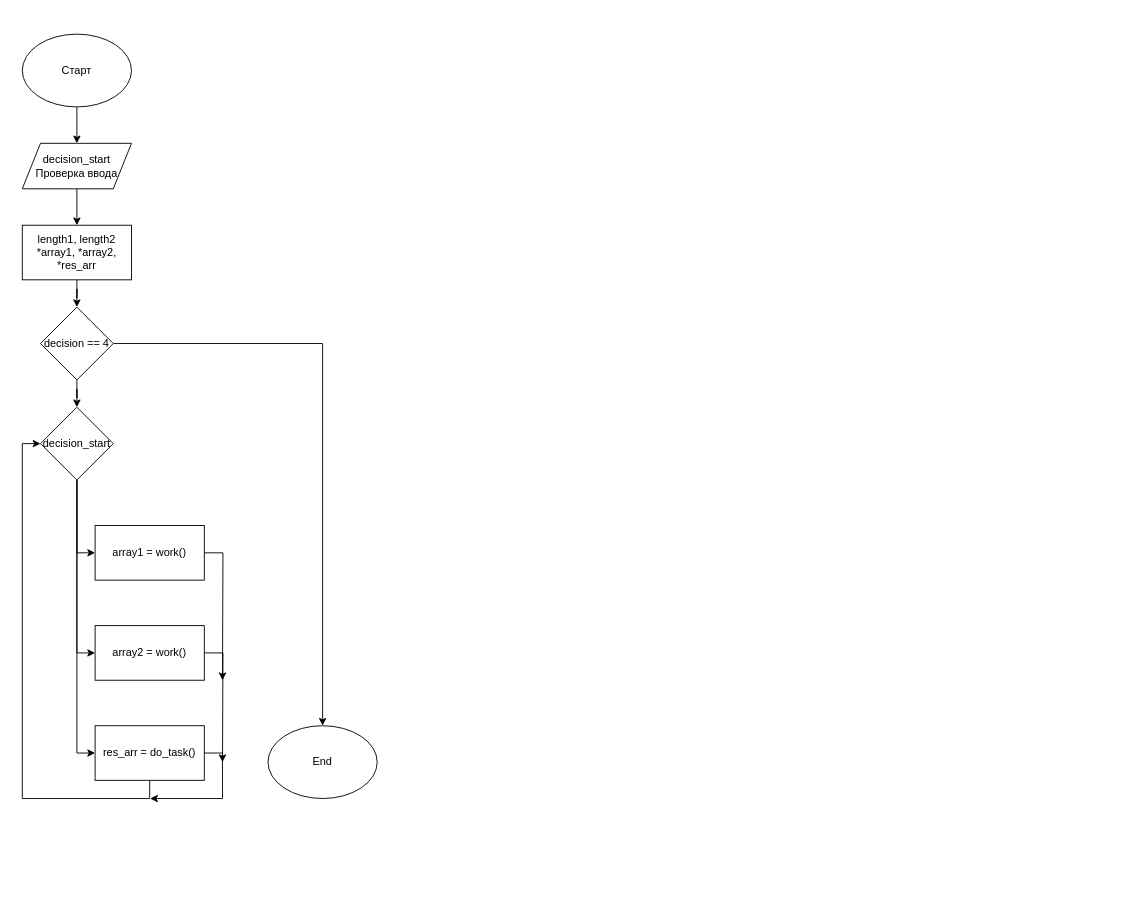
The draw.io diagram labs/lab3/lab3.drawio in Glebins/mephi_labs, before the edit. Source tidied: cells renumbered, new cells numbered last; positions are measured from the earlier drawing's top-left corner, leaving out a move shared by most shapes. Both pictures are drawn from the tidied source at 91%, with x=0, y=0 at pixel (22, 34).
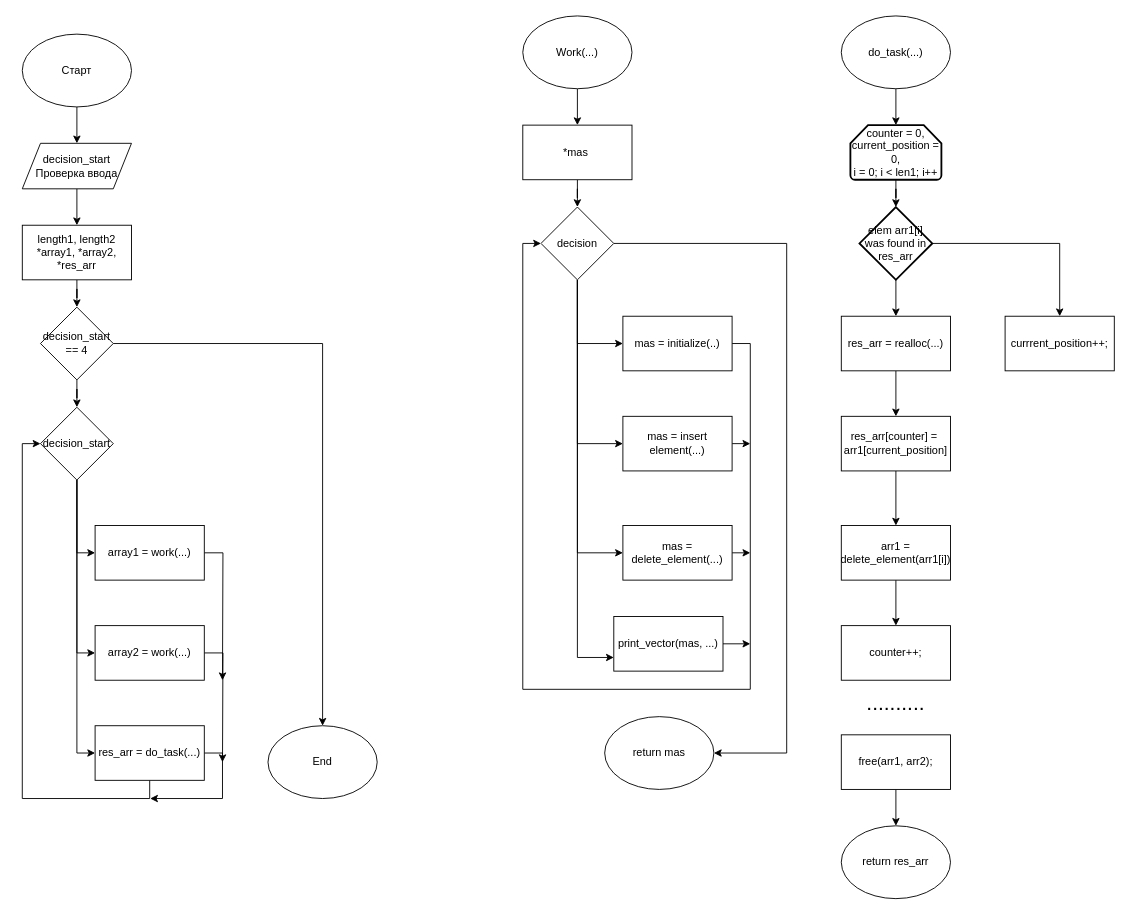
After the change.

The edit, as a diff of the source:
```diff
@@
-    <mxCell id="11" value="array1 = work()" style="whiteSpace=wrap;html=1;" parent="1" vertex="1">
+    <mxCell id="11" value="array1 = work(...)" style="whiteSpace=wrap;html=1;" parent="1" vertex="1">
       <mxGeometry x="80" y="540" width="120" height="60" as="geometry" />
     </mxCell>
@@
-    <mxCell id="15" value="array2 = work()" style="rounded=0;whiteSpace=wrap;html=1;" parent="1" vertex="1">
+    <mxCell id="15" value="array2 = work(...)" style="rounded=0;whiteSpace=wrap;html=1;" parent="1" vertex="1">
       <mxGeometry x="80" y="650" width="120" height="60" as="geometry" />
     </mxCell>
@@
-    <mxCell id="18" value="res_arr = do_task()" style="rounded=0;whiteSpace=wrap;html=1;" parent="1" vertex="1">
+    <mxCell id="18" value="res_arr = do_task(...)" style="rounded=0;whiteSpace=wrap;html=1;" parent="1" vertex="1">
       <mxGeometry x="80" y="760" width="120" height="60" as="geometry" />
     </mxCell>
@@
-    <mxCell id="21" value="decision == 4" style="rhombus;whiteSpace=wrap;html=1;" parent="1" vertex="1">
+    <mxCell id="21" value="decision_start == 4" style="rhombus;whiteSpace=wrap;html=1;" parent="1" vertex="1">
       <mxGeometry x="20" y="300" width="80" height="80" as="geometry" />
     </mxCell>
@@
+    <mxCell id="23" style="edgeStyle=orthogonalEdgeStyle;rounded=0;jettySize=auto;html=1;" parent="1" edge="1" source="24" target="32">
+      <mxGeometry relative="1" as="geometry" />
+    </mxCell>
+    <mxCell id="24" value="Work(...)" style="ellipse;whiteSpace=wrap;html=1;" parent="1" vertex="1">
+      <mxGeometry x="550" y="-20" width="120" height="80" as="geometry" />
+    </mxCell>
+    <mxCell id="25" style="edgeStyle=orthogonalEdgeStyle;rounded=0;jettySize=auto;html=1;exitX=0.5;exitY=1;exitDx=0;exitDy=0;entryX=0;entryY=0.75;entryDx=0;entryDy=0;" parent="1" edge="1" source="30" target="40">
+      <mxGeometry relative="1" as="geometry" />
+    </mxCell>
+    <mxCell id="26" style="edgeStyle=orthogonalEdgeStyle;rounded=0;jettySize=auto;html=1;exitX=0.5;exitY=1;exitDx=0;exitDy=0;entryX=0;entryY=0.5;entryDx=0;entryDy=0;" parent="1" edge="1" source="30" target="34">
+      <mxGeometry relative="1" as="geometry" />
+    </mxCell>
+    <mxCell id="27" style="edgeStyle=orthogonalEdgeStyle;rounded=0;jettySize=auto;html=1;exitX=0.5;exitY=1;exitDx=0;exitDy=0;entryX=0;entryY=0.5;entryDx=0;entryDy=0;" parent="1" edge="1" source="30" target="36">
+      <mxGeometry relative="1" as="geometry" />
+    </mxCell>
+    <mxCell id="28" style="edgeStyle=orthogonalEdgeStyle;rounded=0;jettySize=auto;html=1;exitX=0.5;exitY=1;exitDx=0;exitDy=0;entryX=0;entryY=0.5;entryDx=0;entryDy=0;" parent="1" edge="1" source="30" target="38">
+      <mxGeometry relative="1" as="geometry" />
+    </mxCell>
+    <mxCell id="29" style="edgeStyle=orthogonalEdgeStyle;rounded=0;jettySize=auto;html=1;exitX=1;exitY=0.5;exitDx=0;exitDy=0;entryX=1;entryY=0.5;entryDx=0;entryDy=0;" parent="1" edge="1" source="30" target="41">
+      <mxGeometry relative="1" as="geometry">
+        <Array as="points">
+          <mxPoint x="840" y="230" />
+          <mxPoint x="840" y="790" />
+        </Array>
+      </mxGeometry>
+    </mxCell>
+    <mxCell id="30" value="decision" style="rhombus;whiteSpace=wrap;html=1;" parent="1" vertex="1">
+      <mxGeometry x="570" y="190" width="80" height="80" as="geometry" />
+    </mxCell>
+    <mxCell id="31" style="edgeStyle=orthogonalEdgeStyle;rounded=0;jettySize=auto;html=1;" parent="1" edge="1" source="32" target="30">
+      <mxGeometry relative="1" as="geometry" />
+    </mxCell>
+    <mxCell id="32" value="*mas&amp;nbsp;" style="rounded=0;whiteSpace=wrap;html=1;" parent="1" vertex="1">
+      <mxGeometry x="550" y="100" width="120" height="60" as="geometry" />
+    </mxCell>
+    <mxCell id="33" style="edgeStyle=orthogonalEdgeStyle;rounded=0;jettySize=auto;html=1;exitX=1;exitY=0.5;exitDx=0;exitDy=0;entryX=0;entryY=0.5;entryDx=0;entryDy=0;" parent="1" edge="1" source="34" target="30">
+      <mxGeometry relative="1" as="geometry">
+        <Array as="points">
+          <mxPoint x="800" y="340" />
+          <mxPoint x="800" y="720" />
+          <mxPoint x="550" y="720" />
+          <mxPoint x="550" y="230" />
+        </Array>
+      </mxGeometry>
+    </mxCell>
+    <mxCell id="34" value="mas = initialize(..)" style="rounded=0;whiteSpace=wrap;html=1;" parent="1" vertex="1">
+      <mxGeometry x="660" y="310" width="120" height="60" as="geometry" />
+    </mxCell>
+    <mxCell id="35" style="edgeStyle=orthogonalEdgeStyle;rounded=0;jettySize=auto;html=1;exitX=1;exitY=0.5;exitDx=0;exitDy=0;" parent="1" edge="1" source="36">
+      <mxGeometry relative="1" as="geometry">
+        <mxPoint x="800" y="450" as="targetPoint" />
+      </mxGeometry>
+    </mxCell>
+    <mxCell id="36" value="mas = insert element(...)" style="rounded=0;whiteSpace=wrap;html=1;" parent="1" vertex="1">
+      <mxGeometry x="660" y="420" width="120" height="60" as="geometry" />
+    </mxCell>
+    <mxCell id="37" style="edgeStyle=orthogonalEdgeStyle;rounded=0;jettySize=auto;html=1;exitX=1;exitY=0.5;exitDx=0;exitDy=0;" parent="1" edge="1" source="38">
+      <mxGeometry relative="1" as="geometry">
+        <mxPoint x="800" y="570" as="targetPoint" />
+      </mxGeometry>
+    </mxCell>
+    <mxCell id="38" value="mas = delete_element(...)" style="rounded=0;whiteSpace=wrap;html=1;" parent="1" vertex="1">
+      <mxGeometry x="660" y="540" width="120" height="60" as="geometry" />
+    </mxCell>
+    <mxCell id="39" style="edgeStyle=orthogonalEdgeStyle;rounded=0;jettySize=auto;html=1;exitX=1;exitY=0.5;exitDx=0;exitDy=0;" parent="1" edge="1" source="40">
+      <mxGeometry relative="1" as="geometry">
+        <mxPoint x="800" y="670" as="targetPoint" />
+      </mxGeometry>
+    </mxCell>
+    <mxCell id="40" value="print_vector(mas, ...)" style="rounded=0;whiteSpace=wrap;html=1;" parent="1" vertex="1">
+      <mxGeometry x="650" y="640" width="120" height="60" as="geometry" />
+    </mxCell>
+    <mxCell id="41" value="return mas" style="ellipse;whiteSpace=wrap;html=1;" parent="1" vertex="1">
+      <mxGeometry x="640" y="750" width="120" height="80" as="geometry" />
+    </mxCell>
+    <mxCell id="42" style="edgeStyle=orthogonalEdgeStyle;rounded=0;jettySize=auto;html=1;" parent="1" edge="1" source="43" target="45">
+      <mxGeometry relative="1" as="geometry" />
+    </mxCell>
+    <mxCell id="43" value="do_task(...)" style="ellipse;whiteSpace=wrap;html=1;" parent="1" vertex="1">
+      <mxGeometry x="900" y="-20" width="120" height="80" as="geometry" />
+    </mxCell>
+    <mxCell id="44" style="edgeStyle=orthogonalEdgeStyle;rounded=0;jettySize=auto;html=1;" parent="1" edge="1" source="45" target="48">
+      <mxGeometry relative="1" as="geometry" />
+    </mxCell>
+    <mxCell id="45" value="counter = 0,&lt;br&gt;current_position = 0,&lt;br&gt;i = 0; i &amp;lt; len1; i++" style="strokeWidth=2;html=1;shape=mxgraph.flowchart.loop_limit;whiteSpace=wrap;" parent="1" vertex="1">
+      <mxGeometry x="910" y="100" width="100" height="60" as="geometry" />
+    </mxCell>
+    <mxCell id="46" style="edgeStyle=orthogonalEdgeStyle;rounded=0;jettySize=auto;html=1;" parent="1" edge="1" source="48" target="50">
+      <mxGeometry relative="1" as="geometry" />
+    </mxCell>
+    <mxCell id="47" style="edgeStyle=orthogonalEdgeStyle;rounded=0;jettySize=auto;html=1;exitX=1;exitY=0.5;exitDx=0;exitDy=0;entryX=0.5;entryY=0;entryDx=0;entryDy=0;" parent="1" edge="1" source="48" target="56">
+      <mxGeometry relative="1" as="geometry" />
+    </mxCell>
+    <mxCell id="48" value="elem arr1[i]&lt;br&gt;was found in&lt;br&gt;res_arr" style="rhombus;whiteSpace=wrap;html=1;strokeWidth=2;" parent="1" vertex="1">
+      <mxGeometry x="920" y="190" width="80" height="80" as="geometry" />
+    </mxCell>
+    <mxCell id="49" style="edgeStyle=orthogonalEdgeStyle;rounded=0;jettySize=auto;html=1;" parent="1" edge="1" source="50" target="52">
+      <mxGeometry relative="1" as="geometry" />
+    </mxCell>
+    <mxCell id="50" value="res_arr = realloc(...)" style="rounded=0;whiteSpace=wrap;html=1;" parent="1" vertex="1">
+      <mxGeometry x="900" y="310" width="120" height="60" as="geometry" />
+    </mxCell>
+    <mxCell id="51" style="edgeStyle=orthogonalEdgeStyle;rounded=0;jettySize=auto;html=1;" parent="1" edge="1" source="52" target="54">
+      <mxGeometry relative="1" as="geometry" />
+    </mxCell>
+    <mxCell id="52" value="res_arr[counter] =&amp;nbsp;&lt;br&gt;arr1[current_position]" style="rounded=0;whiteSpace=wrap;html=1;" parent="1" vertex="1">
+      <mxGeometry x="900" y="420" width="120" height="60" as="geometry" />
+    </mxCell>
+    <mxCell id="53" style="edgeStyle=orthogonalEdgeStyle;rounded=0;jettySize=auto;html=1;" parent="1" edge="1" source="54" target="55">
+      <mxGeometry relative="1" as="geometry" />
+    </mxCell>
+    <mxCell id="54" value="arr1 = delete_element(arr1[i])" style="rounded=0;whiteSpace=wrap;html=1;" parent="1" vertex="1">
+      <mxGeometry x="900" y="540" width="120" height="60" as="geometry" />
+    </mxCell>
+    <mxCell id="55" value="counter++;" style="whiteSpace=wrap;html=1;rounded=0;" parent="1" vertex="1">
+      <mxGeometry x="900" y="650" width="120" height="60" as="geometry" />
+    </mxCell>
+    <mxCell id="56" value="currrent_position++;" style="rounded=0;whiteSpace=wrap;html=1;" parent="1" vertex="1">
+      <mxGeometry x="1080" y="310" width="120" height="60" as="geometry" />
+    </mxCell>
+    <mxCell id="57" style="edgeStyle=orthogonalEdgeStyle;rounded=0;jettySize=auto;html=1;" parent="1" edge="1" source="58" target="59">
+      <mxGeometry relative="1" as="geometry" />
+    </mxCell>
+    <mxCell id="58" value="free(arr1, arr2);" style="rounded=0;whiteSpace=wrap;html=1;" parent="1" vertex="1">
+      <mxGeometry x="900" y="770" width="120" height="60" as="geometry" />
+    </mxCell>
+    <mxCell id="59" value="return res_arr" style="ellipse;whiteSpace=wrap;html=1;" parent="1" vertex="1">
+      <mxGeometry x="900" y="870" width="120" height="80" as="geometry" />
+    </mxCell>
+    <mxCell id="60" value="&lt;font style=&quot;font-size: 23px;&quot;&gt;..........&lt;/font&gt;" style="text;html=1;strokeColor=none;fillColor=none;align=center;verticalAlign=middle;whiteSpace=wrap;rounded=0;strokeWidth=5;" parent="1" vertex="1">
+      <mxGeometry x="930" y="720" width="60" height="30" as="geometry" />
+    </mxCell>
```
